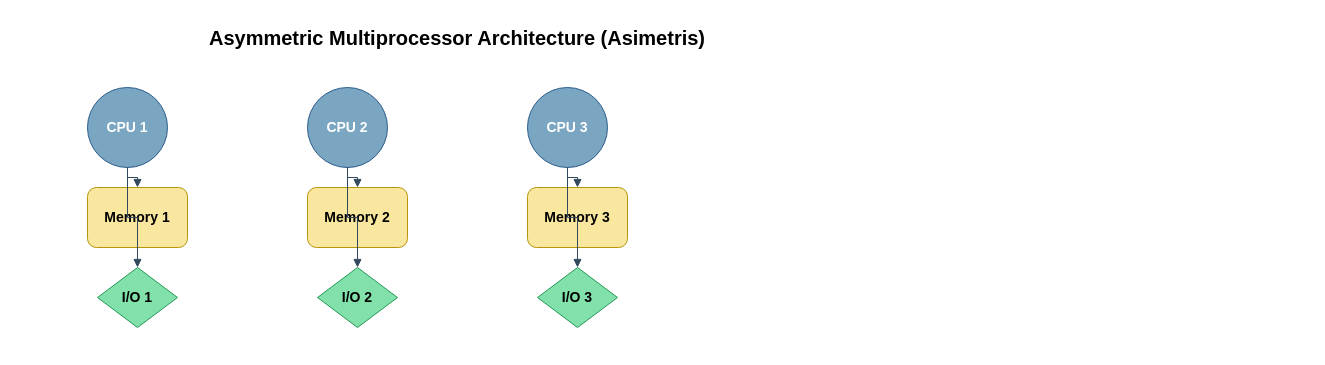
Above: Untitled Diagram.drawio in anipppp23/Multiprosesor (draw.io), before the change. Source tidied: cells renumbered, new cells numbered last; positions are measured from the earlier drawing's top-left corner, leaving out a move shared by most shapes. Both pictures are drawn from the tidied source at 100%, with x=0, y=0 at pixel (87, 17).
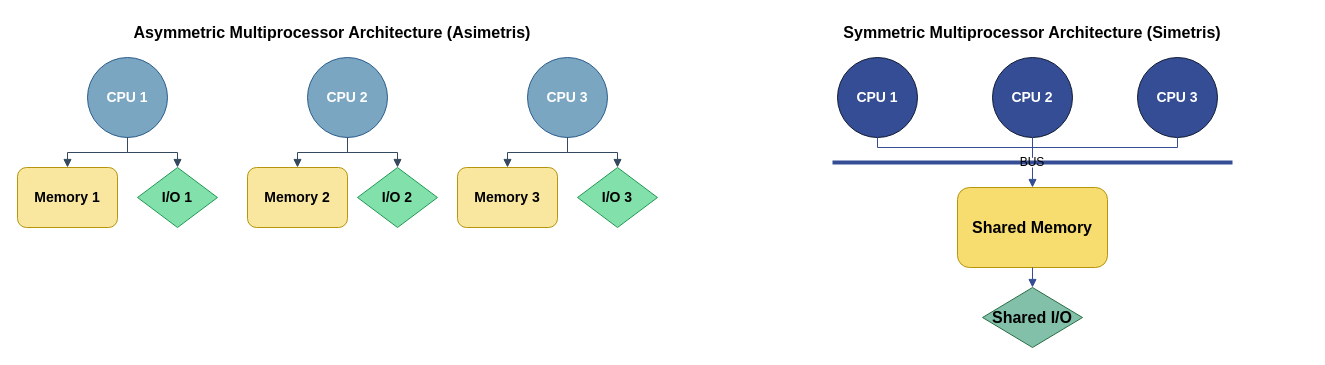
After the change.

The edit, as a diff of the source:
```diff
@@
-    <mxCell id="2" value="Asymmetric Multiprocessor Architecture (Asimetris)" style="text;html=1;fontSize=20;fontStyle=1;align=center;verticalAlign=middle;whiteSpace=wrap;fontFamily=Helvetica;fontWeight=bold;" parent="1" vertex="1">
-      <mxGeometry x="100" width="540" height="40" as="geometry" />
+    <mxCell id="2" value="Asymmetric Multiprocessor Architecture (Asimetris)" style="text;html=1;fontSize=16;fontStyle=1;align=center;verticalAlign=middle;whiteSpace=wrap;fontFamily=Helvetica;fontWeight=bold;" parent="1" vertex="1">
+      <mxGeometry x="-30" width="550" height="30" as="geometry" />
     </mxCell>
+    <mxCell id="18" value="Symmetric Multiprocessor Architecture (Simetris)" style="text;html=1;fontSize=16;fontStyle=1;align=center;verticalAlign=middle;whiteSpace=wrap;fontFamily=Helvetica;fontWeight=bold;" parent="1" vertex="1">
+      <mxGeometry x="670" width="550" height="30" as="geometry" />
+    </mxCell>
     <mxCell id="3" value="CPU 1" style="shape=ellipse;whiteSpace=wrap;html=1;fillColor=#7aa6c2;strokeColor=#2a5c8c;fontSize=14;fontStyle=1;fontColor=#ffffff;" parent="1" vertex="1">
-      <mxGeometry y="70" width="80" height="80" as="geometry" />
+      <mxGeometry y="40" width="80" height="80" as="geometry" />
     </mxCell>
     <mxCell id="4" value="Memory 1" style="rounded=1;whiteSpace=wrap;html=1;fillColor=#f9e79f;strokeColor=#b7950b;fontSize=14;fontStyle=1;fontFamily=Helvetica;" parent="1" vertex="1">
-      <mxGeometry y="170" width="100" height="60" as="geometry" />
+      <mxGeometry x="-70" y="150" width="100" height="60" as="geometry" />
     </mxCell>
     <mxCell id="5" value="I/O 1" style="rhombus;whiteSpace=wrap;html=1;fillColor=#82e0aa;strokeColor=#229954;fontSize=14;fontStyle=1;fontFamily=Helvetica;" parent="1" vertex="1">
-      <mxGeometry x="10" y="250" width="80" height="60" as="geometry" />
+      <mxGeometry x="50" y="150" width="80" height="60" as="geometry" />
     </mxCell>
     <mxCell id="6" value="CPU 2" style="shape=ellipse;whiteSpace=wrap;html=1;fillColor=#7aa6c2;strokeColor=#2a5c8c;fontSize=14;fontStyle=1;fontColor=#ffffff;" parent="1" vertex="1">
-      <mxGeometry x="220" y="70" width="80" height="80" as="geometry" />
+      <mxGeometry x="220" y="40" width="80" height="80" as="geometry" />
     </mxCell>
     <mxCell id="7" value="Memory 2" style="rounded=1;whiteSpace=wrap;html=1;fillColor=#f9e79f;strokeColor=#b7950b;fontSize=14;fontStyle=1;fontFamily=Helvetica;" parent="1" vertex="1">
-      <mxGeometry x="220" y="170" width="100" height="60" as="geometry" />
+      <mxGeometry x="160" y="150" width="100" height="60" as="geometry" />
     </mxCell>
     <mxCell id="8" value="I/O 2" style="rhombus;whiteSpace=wrap;html=1;fillColor=#82e0aa;strokeColor=#229954;fontSize=14;fontStyle=1;fontFamily=Helvetica;" parent="1" vertex="1">
-      <mxGeometry x="230" y="250" width="80" height="60" as="geometry" />
+      <mxGeometry x="270" y="150" width="80" height="60" as="geometry" />
     </mxCell>
     <mxCell id="9" value="CPU 3" style="shape=ellipse;whiteSpace=wrap;html=1;fillColor=#7aa6c2;strokeColor=#2a5c8c;fontSize=14;fontStyle=1;fontColor=#ffffff;" parent="1" vertex="1">
-      <mxGeometry x="440" y="70" width="80" height="80" as="geometry" />
+      <mxGeometry x="440" y="40" width="80" height="80" as="geometry" />
     </mxCell>
     <mxCell id="10" value="Memory 3" style="rounded=1;whiteSpace=wrap;html=1;fillColor=#f9e79f;strokeColor=#b7950b;fontSize=14;fontStyle=1;fontFamily=Helvetica;" parent="1" vertex="1">
-      <mxGeometry x="440" y="170" width="100" height="60" as="geometry" />
+      <mxGeometry x="370" y="150" width="100" height="60" as="geometry" />
     </mxCell>
     <mxCell id="11" value="I/O 3" style="rhombus;whiteSpace=wrap;html=1;fillColor=#82e0aa;strokeColor=#229954;fontSize=14;fontStyle=1;fontFamily=Helvetica;" parent="1" vertex="1">
-      <mxGeometry x="450" y="250" width="80" height="60" as="geometry" />
+      <mxGeometry x="490" y="150" width="80" height="60" as="geometry" />
     </mxCell>
@@
+    <mxCell id="19" value="CPU 1" style="shape=ellipse;whiteSpace=wrap;html=1;fillColor=#344d94;strokeColor=#0f1a35;fontSize=14;fontStyle=1;fontColor=#ffffff;" parent="1" vertex="1">
+      <mxGeometry x="750" y="40" width="80" height="80" as="geometry" />
+    </mxCell>
+    <mxCell id="20" value="CPU 2" style="shape=ellipse;whiteSpace=wrap;html=1;fillColor=#344d94;strokeColor=#0f1a35;fontSize=14;fontStyle=1;fontColor=#ffffff;" parent="1" vertex="1">
+      <mxGeometry x="905" y="40" width="80" height="80" as="geometry" />
+    </mxCell>
+    <mxCell id="21" value="CPU 3" style="shape=ellipse;whiteSpace=wrap;html=1;fillColor=#344d94;strokeColor=#0f1a35;fontSize=14;fontStyle=1;fontColor=#ffffff;" parent="1" vertex="1">
+      <mxGeometry x="1050" y="40" width="80" height="80" as="geometry" />
+    </mxCell>
+    <mxCell id="22" value="Shared Memory" style="rounded=1;whiteSpace=wrap;html=1;fillColor=#f7dc6f;strokeColor=#b7950b;fontSize=16;fontStyle=1;fontFamily=Helvetica;" parent="1" vertex="1">
+      <mxGeometry x="870" y="170" width="150" height="80" as="geometry" />
+    </mxCell>
+    <mxCell id="23" value="Shared I/O" style="rhombus;whiteSpace=wrap;html=1;fillColor=#82c0aa;strokeColor=#2a6e45;fontSize=16;fontStyle=1;fontFamily=Helvetica;" parent="1" vertex="1">
+      <mxGeometry x="895" y="270" width="100" height="60" as="geometry" />
+    </mxCell>
+    <mxCell id="24" style="shape=line;strokeWidth=4;strokeColor=#344d94;" parent="1" vertex="1">
+      <mxGeometry x="745" y="140" width="400" height="10" as="geometry" />
+    </mxCell>
+    <mxCell id="25" style="edgeStyle=orthogonalEdgeStyle;rounded=0;strokeColor=#344d94;endArrow=none;" parent="1" edge="1" source="19" target="24">
+      <mxGeometry relative="1" as="geometry" />
+    </mxCell>
+    <mxCell id="26" style="edgeStyle=orthogonalEdgeStyle;rounded=0;strokeColor=#344d94;endArrow=none;" parent="1" edge="1" source="20" target="24">
+      <mxGeometry relative="1" as="geometry" />
+    </mxCell>
+    <mxCell id="27" style="edgeStyle=orthogonalEdgeStyle;rounded=0;strokeColor=#344d94;endArrow=none;" parent="1" edge="1" source="21" target="24">
+      <mxGeometry relative="1" as="geometry" />
+    </mxCell>
+    <mxCell id="28" style="edgeStyle=orthogonalEdgeStyle;rounded=0;strokeColor=#344d94;endArrow=block;endFill=1;" parent="1" edge="1" source="24" target="22">
+      <mxGeometry relative="1" as="geometry" />
+    </mxCell>
+    <mxCell id="29" style="edgeStyle=orthogonalEdgeStyle;rounded=0;strokeColor=#344d94;endArrow=block;endFill=1;" parent="1" edge="1" source="22" target="23">
+      <mxGeometry relative="1" as="geometry" />
+    </mxCell>
+    <mxCell id="30" value="BUS" style="text;html=1;align=center;verticalAlign=middle;whiteSpace=wrap;rounded=0;" parent="1" vertex="1">
+      <mxGeometry x="915" y="130" width="60" height="30" as="geometry" />
+    </mxCell>
```
